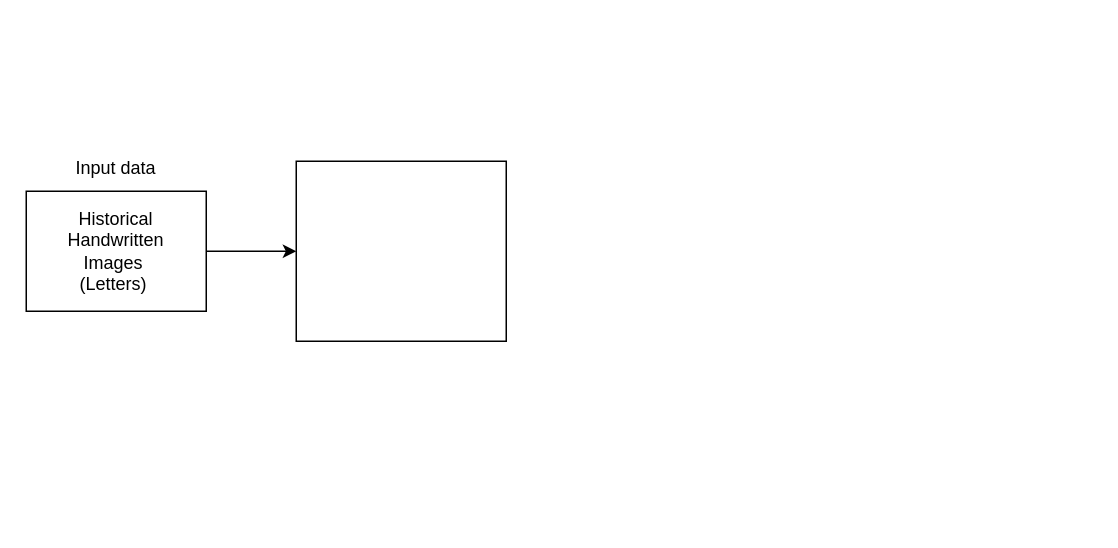
Above: ResearchArchitecture.drawio in adijad/FineTuning_Llama2 (draw.io), before the change. Source tidied: cells renumbered, new cells numbered last; positions are measured from the earlier drawing's top-left corner, leaving out a move shared by most shapes. Both pictures are drawn from the tidied source at 150%, with x=0, y=0 at pixel (26, 146).
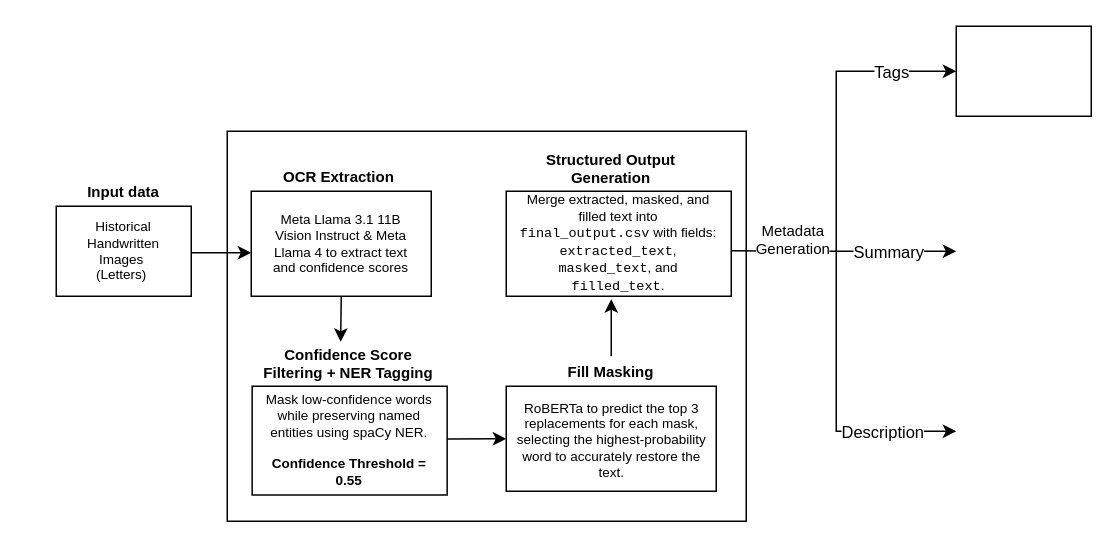
The same diagram, later.

Diff of the diagram source:
```diff
@@
-    <mxCell id="2" style="edgeStyle=orthogonalEdgeStyle;rounded=0;jettySize=auto;html=1;exitX=1;exitY=0.5;exitDx=0;exitDy=0;" parent="1" edge="1" source="3">
-      <mxGeometry relative="1" as="geometry">
-        <mxPoint x="180" y="70" as="targetPoint" />
-      </mxGeometry>
-    </mxCell>
+    <mxCell id="7" style="rounded=0;whiteSpace=wrap;html=1;" parent="1" vertex="1">
+      <mxGeometry x="134" y="-10" width="346" height="260" as="geometry" />
+    </mxCell>
     <mxCell id="3" style="rounded=0;whiteSpace=wrap;html=1;" parent="1" vertex="1">
-      <mxGeometry y="30" width="120" height="80" as="geometry" />
+      <mxGeometry x="20" y="40" width="90" height="60" as="geometry" />
     </mxCell>
-    <mxCell id="4" value="Historical Handwritten Images&amp;nbsp;&lt;div&gt;&lt;span style=&quot;background-color: transparent; color: light-dark(rgb(0, 0, 0), rgb(255, 255, 255));&quot;&gt;(Letters)&amp;nbsp;&lt;/span&gt;&lt;/div&gt;" style="text;html=1;align=center;verticalAlign=middle;whiteSpace=wrap;rounded=0;" parent="1" vertex="1">
-      <mxGeometry x="30" y="55" width="60" height="30" as="geometry" />
+    <mxCell id="4" value="Historical Handwritten Images&amp;nbsp;&lt;div&gt;&lt;span style=&quot;background-color: transparent; color: light-dark(rgb(0, 0, 0), rgb(255, 255, 255));&quot;&gt;(Letters)&amp;nbsp;&lt;/span&gt;&lt;/div&gt;" style="text;html=1;align=center;verticalAlign=middle;whiteSpace=wrap;rounded=0;fontSize=9;" parent="1" vertex="1">
+      <mxGeometry x="35" y="55" width="60" height="30" as="geometry" />
     </mxCell>
-    <mxCell id="5" value="Input data" style="text;html=1;align=center;verticalAlign=middle;whiteSpace=wrap;rounded=0;" parent="1" vertex="1">
-      <mxGeometry x="30" width="60" height="30" as="geometry" />
+    <mxCell id="5" value="Input data" style="text;html=1;align=center;verticalAlign=middle;whiteSpace=wrap;rounded=0;fontStyle=1;fontSize=10;" parent="1" vertex="1">
+      <mxGeometry x="35" y="20" width="60" height="20" as="geometry" />
     </mxCell>
     <mxCell id="6" style="rounded=0;whiteSpace=wrap;html=1;" parent="1" vertex="1">
-      <mxGeometry x="180" y="10" width="140" height="120" as="geometry" />
+      <mxGeometry x="150" y="30" width="120" height="70" as="geometry" />
     </mxCell>
+    <mxCell id="8" value="OCR Extraction&amp;nbsp;" style="text;html=1;align=center;verticalAlign=middle;whiteSpace=wrap;rounded=0;fontStyle=1;fontSize=10;" parent="1" vertex="1">
+      <mxGeometry x="150" y="10" width="120" height="20" as="geometry" />
+    </mxCell>
+    <mxCell id="9" value="Meta Llama 3.1 11B Vision Instruct &amp;amp; Meta Llama 4 to extract text and confidence scores" style="text;html=1;align=center;verticalAlign=middle;whiteSpace=wrap;rounded=0;fontSize=9;" parent="1" vertex="1">
+      <mxGeometry x="156.2" y="52.5" width="107.5" height="25" as="geometry" />
+    </mxCell>
+    <mxCell id="10" style="rounded=0;whiteSpace=wrap;html=1;" parent="1" vertex="1">
+      <mxGeometry x="150.6" y="160" width="130" height="72.5" as="geometry" />
+    </mxCell>
+    <mxCell id="11" style="endArrow=classic;html=1;rounded=0;" parent="1" edge="1">
+      <mxGeometry relative="1" as="geometry">
+        <mxPoint x="110" y="71" as="sourcePoint" />
+        <mxPoint x="150" y="71" as="targetPoint" />
+        <Array as="points">
+          <mxPoint x="130" y="71" />
+        </Array>
+      </mxGeometry>
+    </mxCell>
+    <mxCell id="12" style="endArrow=classic;html=1;rounded=0;exitX=0.5;exitY=1;exitDx=0;exitDy=0;entryX=0.455;entryY=0.013;entryDx=0;entryDy=0;entryPerimeter=0;" parent="1" edge="1" source="6" target="13">
+      <mxGeometry relative="1" as="geometry" />
+    </mxCell>
+    <mxCell id="13" value="Confidence Score Filtering + NER Tagging" style="text;html=1;align=center;verticalAlign=middle;whiteSpace=wrap;rounded=0;fontStyle=1;fontSize=10;" parent="1" vertex="1">
+      <mxGeometry x="155" y="130" width="120" height="30" as="geometry" />
+    </mxCell>
+    <mxCell id="14" value="Mask low-confidence words while preserving named entities using spaCy NER.&lt;br&gt;&lt;br&gt;&lt;b&gt;Confidence Threshold = 0.55&lt;/b&gt;" style="text;html=1;align=center;verticalAlign=middle;whiteSpace=wrap;rounded=0;fontSize=9;" parent="1" vertex="1">
+      <mxGeometry x="156.2" y="168.8" width="118.8" height="55" as="geometry" />
+    </mxCell>
+    <mxCell id="15" style="rounded=0;whiteSpace=wrap;html=1;" parent="1" vertex="1">
+      <mxGeometry x="320" y="160" width="140" height="70" as="geometry" />
+    </mxCell>
+    <mxCell id="16" value="Fill Masking" style="text;html=1;align=center;verticalAlign=middle;whiteSpace=wrap;rounded=0;fontStyle=1;fontSize=10;" parent="1" vertex="1">
+      <mxGeometry x="330" y="140" width="120" height="20" as="geometry" />
+    </mxCell>
+    <mxCell id="17" value="RoBERTa to predict the top 3 replacements for each mask, selecting the highest-probability word to accurately restore the text." style="text;html=1;align=center;verticalAlign=middle;whiteSpace=wrap;rounded=0;fontSize=9;" parent="1" vertex="1">
+      <mxGeometry x="323.5" y="178.8" width="133" height="35" as="geometry" />
+    </mxCell>
+    <mxCell id="18" style="endArrow=classic;html=1;rounded=0;" parent="1" edge="1">
+      <mxGeometry relative="1" as="geometry">
+        <mxPoint x="280.6" y="195.1" as="sourcePoint" />
+        <mxPoint x="320" y="195" as="targetPoint" />
+      </mxGeometry>
+    </mxCell>
+    <mxCell id="19" style="rounded=0;whiteSpace=wrap;html=1;" parent="1" vertex="1">
+      <mxGeometry x="320" y="30" width="150" height="70" as="geometry" />
+    </mxCell>
+    <mxCell id="20" style="endArrow=classic;html=1;rounded=0;exitX=0.5;exitY=0;exitDx=0;exitDy=0;" parent="1" edge="1" source="16">
+      <mxGeometry relative="1" as="geometry">
+        <mxPoint x="390" y="102" as="targetPoint" />
+      </mxGeometry>
+    </mxCell>
+    <mxCell id="21" value="Merge extracted, masked, and filled text into &lt;code&gt;final_output.csv&lt;/code&gt; with fields: &lt;code&gt;extracted_text&lt;/code&gt;, &lt;code&gt;masked_text&lt;/code&gt;, and &lt;code&gt;filled_text&lt;/code&gt;." style="text;html=1;align=center;verticalAlign=middle;whiteSpace=wrap;rounded=0;fontSize=9;" parent="1" vertex="1">
+      <mxGeometry x="325" y="55" width="140" height="20" as="geometry" />
+    </mxCell>
+    <mxCell id="22" value="Structured Output Generation" style="text;html=1;align=center;verticalAlign=middle;whiteSpace=wrap;rounded=0;fontStyle=1;fontSize=10;" parent="1" vertex="1">
+      <mxGeometry x="330" width="120" height="30" as="geometry" />
+    </mxCell>
+    <mxCell id="23" style="endArrow=classic;html=1;rounded=0;" parent="1" edge="1">
+      <mxGeometry relative="1" as="geometry">
+        <mxPoint x="470" y="69.6" as="sourcePoint" />
+        <mxPoint x="620" y="-50" as="targetPoint" />
+        <Array as="points">
+          <mxPoint x="500" y="70" />
+          <mxPoint x="540" y="70" />
+          <mxPoint x="540" y="30" />
+          <mxPoint x="540" y="-50" />
+        </Array>
+      </mxGeometry>
+    </mxCell>
+    <mxCell id="24" value="Metadata&lt;div&gt;Generation&lt;/div&gt;" style="edgeLabel;html=1;align=center;verticalAlign=middle;fontSize=10;" parent="23" vertex="1">
+      <mxGeometry relative="1" as="geometry">
+        <mxPoint x="-30" y="56" as="offset" />
+      </mxGeometry>
+    </mxCell>
+    <mxCell id="25" value="Tags" style="edgeLabel;html=1;align=center;verticalAlign=middle;" parent="23" vertex="1">
+      <mxGeometry x="0.69" y="-2" relative="1" as="geometry">
+        <mxPoint x="-1" y="-2" as="offset" />
+      </mxGeometry>
+    </mxCell>
+    <mxCell id="26" style="endArrow=classic;html=1;rounded=0;" parent="1" edge="1">
+      <mxGeometry relative="1" as="geometry">
+        <mxPoint x="540" y="70" as="sourcePoint" />
+        <mxPoint x="620" y="70" as="targetPoint" />
+      </mxGeometry>
+    </mxCell>
+    <mxCell id="27" value="Summary" style="edgeLabel;html=1;align=center;verticalAlign=middle;" parent="26" vertex="1">
+      <mxGeometry x="-0.15" y="-2" relative="1" as="geometry">
+        <mxPoint y="-2" as="offset" />
+      </mxGeometry>
+    </mxCell>
+    <mxCell id="28" style="endArrow=classic;html=1;rounded=0;" parent="1" edge="1">
+      <mxGeometry relative="1" as="geometry">
+        <mxPoint x="540" y="70" as="sourcePoint" />
+        <mxPoint x="620" y="190" as="targetPoint" />
+        <Array as="points">
+          <mxPoint x="540" y="190" />
+        </Array>
+      </mxGeometry>
+    </mxCell>
+    <mxCell id="29" value="Description" style="edgeLabel;html=1;align=center;verticalAlign=middle;" parent="28" vertex="1">
+      <mxGeometry x="0.65" relative="1" as="geometry">
+        <mxPoint x="-15" as="offset" />
+      </mxGeometry>
+    </mxCell>
+    <mxCell id="30" style="rounded=0;whiteSpace=wrap;html=1;" parent="1" vertex="1">
+      <mxGeometry x="620" y="-80" width="90" height="60" as="geometry" />
+    </mxCell>
```
